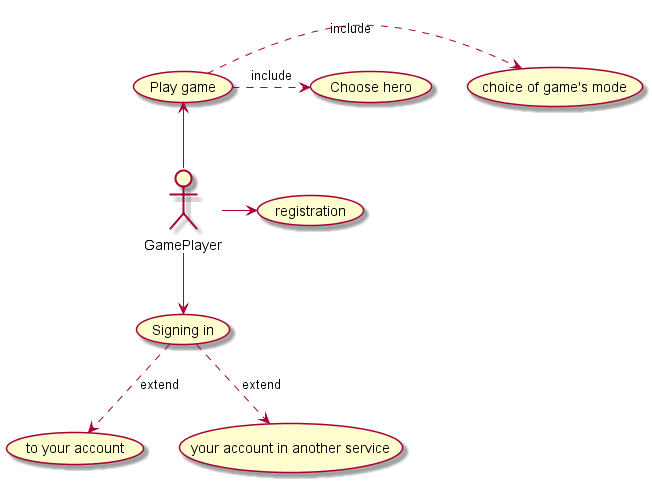
This is usecase.png from pharret31/bomberplan, a PlantUML export, as it was before one commit.
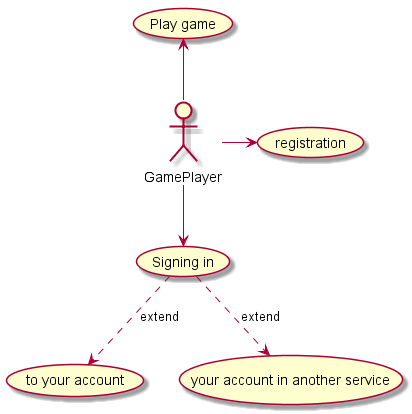
Later version of the same file.

Change to the diagram source:
```diff
@@ -6,8 +6,6 @@
 GamePlayer  -right-> (registration)
 
 
-(Play game) .right.> (choice of game's mode ):include
-(Play game) .> (Choose hero):include
 
 (Signing in ) .down.> (to your account) :extend
 
```
